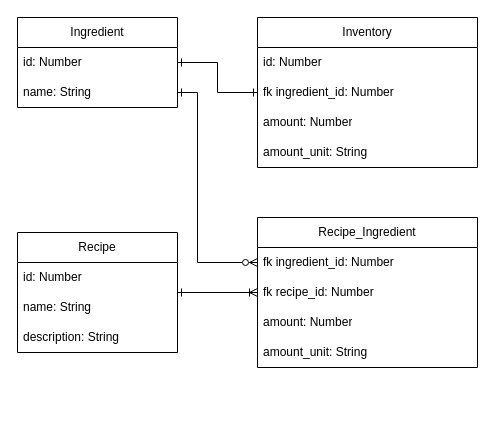
Before: db-project-ERD.drawio in joseph-rock/db-project, a draw.io diagram. Source tidied: cells renumbered, new cells numbered last; positions are measured from the earlier drawing's top-left corner, leaving out a move shared by most shapes. Both pictures are drawn from the tidied source at 100%, with x=0, y=0 at pixel (17, 17).
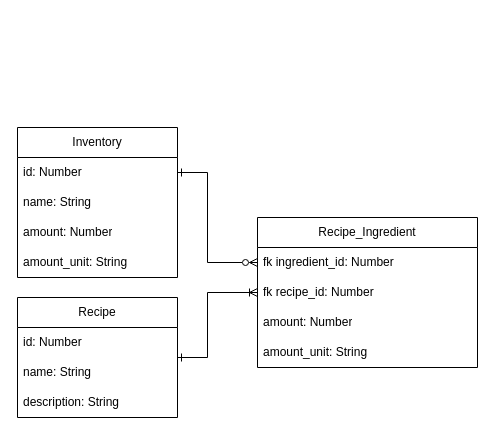
The same diagram, later.

Unchanged cells that the change refers to:
```xml
<mxCell id="11" value="fk ingredient_id: Number" style="text;strokeColor=none;fillColor=none;align=left;verticalAlign=middle;spacingLeft=4;spacingRight=4;overflow=hidden;points=[[0,0.5],[1,0.5]];portConstraint=eastwest;whiteSpace=wrap;html=1;" parent="10" vertex="1">
  <mxGeometry y="30" width="220" height="30" as="geometry" />
</mxCell>
<mxCell id="12" value="fk recipe_id: Number" style="text;strokeColor=none;fillColor=none;align=left;verticalAlign=middle;spacingLeft=4;spacingRight=4;overflow=hidden;points=[[0,0.5],[1,0.5]];portConstraint=eastwest;whiteSpace=wrap;html=1;" parent="10" vertex="1">
  <mxGeometry y="60" width="220" height="30" as="geometry" />
</mxCell>
```

The edit, as a diff of the source:
```diff
@@
-    <mxCell id="2" value="Ingredient" style="swimlane;fontStyle=0;horizontal=1;startSize=30;whiteSpace=wrap;html=1;" parent="1" vertex="1">
-      <mxGeometry width="160" height="90" as="geometry" />
-    </mxCell>
-    <mxCell id="3" value="id: Number" style="text;strokeColor=none;fillColor=none;align=left;verticalAlign=middle;spacingLeft=4;spacingRight=4;overflow=hidden;points=[[0,0.5],[1,0.5]];portConstraint=eastwest;whiteSpace=wrap;html=1;" parent="2" vertex="1">
-      <mxGeometry y="30" width="160" height="30" as="geometry" />
-    </mxCell>
-    <mxCell id="4" value="name: String" style="text;strokeColor=none;fillColor=none;align=left;verticalAlign=middle;spacingLeft=4;spacingRight=4;overflow=hidden;points=[[0,0.5],[1,0.5]];portConstraint=eastwest;whiteSpace=wrap;html=1;" parent="2" vertex="1">
-      <mxGeometry y="60" width="160" height="30" as="geometry" />
-    </mxCell>
     <mxCell id="5" style="edgeStyle=orthogonalEdgeStyle;rounded=0;jettySize=auto;html=1;entryX=0;entryY=0.5;entryDx=0;entryDy=0;endArrow=ERoneToMany;endFill=0;startArrow=ERone;startFill=0;" parent="1" edge="1" source="6" target="12">
-      <mxGeometry relative="1" as="geometry" />
+      <mxGeometry relative="1" as="geometry">
+        <Array as="points">
+          <mxPoint x="190" y="340" />
+          <mxPoint x="190" y="275" />
+        </Array>
+      </mxGeometry>
     </mxCell>
     <mxCell id="6" value="Recipe" style="swimlane;fontStyle=0;horizontal=1;startSize=30;whiteSpace=wrap;html=1;" parent="1" vertex="1">
-      <mxGeometry y="215" width="160" height="120" as="geometry" />
+      <mxGeometry y="280" width="160" height="120" as="geometry" />
     </mxCell>
@@
     <mxCell id="15" value="Inventory" style="swimlane;fontStyle=0;horizontal=1;startSize=30;whiteSpace=wrap;html=1;" parent="1" vertex="1">
-      <mxGeometry x="240" width="220" height="150" as="geometry" />
+      <mxGeometry y="110" width="160" height="150" as="geometry" />
     </mxCell>
     <mxCell id="16" value="id: Number" style="text;strokeColor=none;fillColor=none;align=left;verticalAlign=middle;spacingLeft=4;spacingRight=4;overflow=hidden;points=[[0,0.5],[1,0.5]];portConstraint=eastwest;whiteSpace=wrap;html=1;" parent="15" vertex="1">
-      <mxGeometry y="30" width="220" height="30" as="geometry" />
+      <mxGeometry y="30" width="160" height="30" as="geometry" />
     </mxCell>
-    <mxCell id="17" value="fk ingredient_id: Number" style="text;strokeColor=none;fillColor=none;align=left;verticalAlign=middle;spacingLeft=4;spacingRight=4;overflow=hidden;points=[[0,0.5],[1,0.5]];portConstraint=eastwest;whiteSpace=wrap;html=1;" parent="15" vertex="1">
-      <mxGeometry y="60" width="220" height="30" as="geometry" />
+    <mxCell id="17" value="&lt;div&gt;name: String&lt;/div&gt;" style="text;strokeColor=none;fillColor=none;align=left;verticalAlign=middle;spacingLeft=4;spacingRight=4;overflow=hidden;points=[[0,0.5],[1,0.5]];portConstraint=eastwest;whiteSpace=wrap;html=1;" parent="15" vertex="1">
+      <mxGeometry y="60" width="160" height="30" as="geometry" />
     </mxCell>
     <mxCell id="18" value="amount: Number" style="text;strokeColor=none;fillColor=none;align=left;verticalAlign=middle;spacingLeft=4;spacingRight=4;overflow=hidden;whiteSpace=wrap;html=1;" parent="15" vertex="1">
-      <mxGeometry y="90" width="220" height="30" as="geometry" />
+      <mxGeometry y="90" width="160" height="30" as="geometry" />
     </mxCell>
     <mxCell id="19" value="amount_unit: String" style="text;strokeColor=none;fillColor=none;align=left;verticalAlign=middle;spacingLeft=4;spacingRight=4;overflow=hidden;whiteSpace=wrap;html=1;" parent="15" vertex="1">
-      <mxGeometry y="120" width="220" height="30" as="geometry" />
+      <mxGeometry y="120" width="160" height="30" as="geometry" />
     </mxCell>
-    <mxCell id="20" style="edgeStyle=orthogonalEdgeStyle;rounded=0;jettySize=auto;html=1;exitX=1;exitY=0.5;exitDx=0;exitDy=0;entryX=0;entryY=0.5;entryDx=0;entryDy=0;endArrow=ERzeroToMany;endFill=0;startArrow=ERone;startFill=0;" parent="1" edge="1" source="4" target="11">
+    <mxCell id="20" style="edgeStyle=orthogonalEdgeStyle;rounded=0;jettySize=auto;html=1;exitX=1;exitY=0.5;exitDx=0;exitDy=0;entryX=0;entryY=0.5;entryDx=0;entryDy=0;endArrow=ERzeroToMany;endFill=0;startArrow=ERone;startFill=0;" parent="1" edge="1" source="16" target="11">
       <mxGeometry relative="1" as="geometry">
         <Array as="points">
-          <mxPoint x="180" y="75" />
-          <mxPoint x="180" y="245" />
+          <mxPoint x="190" y="155" />
+          <mxPoint x="190" y="245" />
         </Array>
       </mxGeometry>
     </mxCell>
-    <mxCell id="21" style="edgeStyle=orthogonalEdgeStyle;rounded=0;jettySize=auto;html=1;startArrow=ERone;startFill=0;endArrow=ERone;endFill=0;entryX=0;entryY=0.5;entryDx=0;entryDy=0;" parent="1" edge="1" source="3" target="17">
-      <mxGeometry relative="1" as="geometry" />
-    </mxCell>
```
